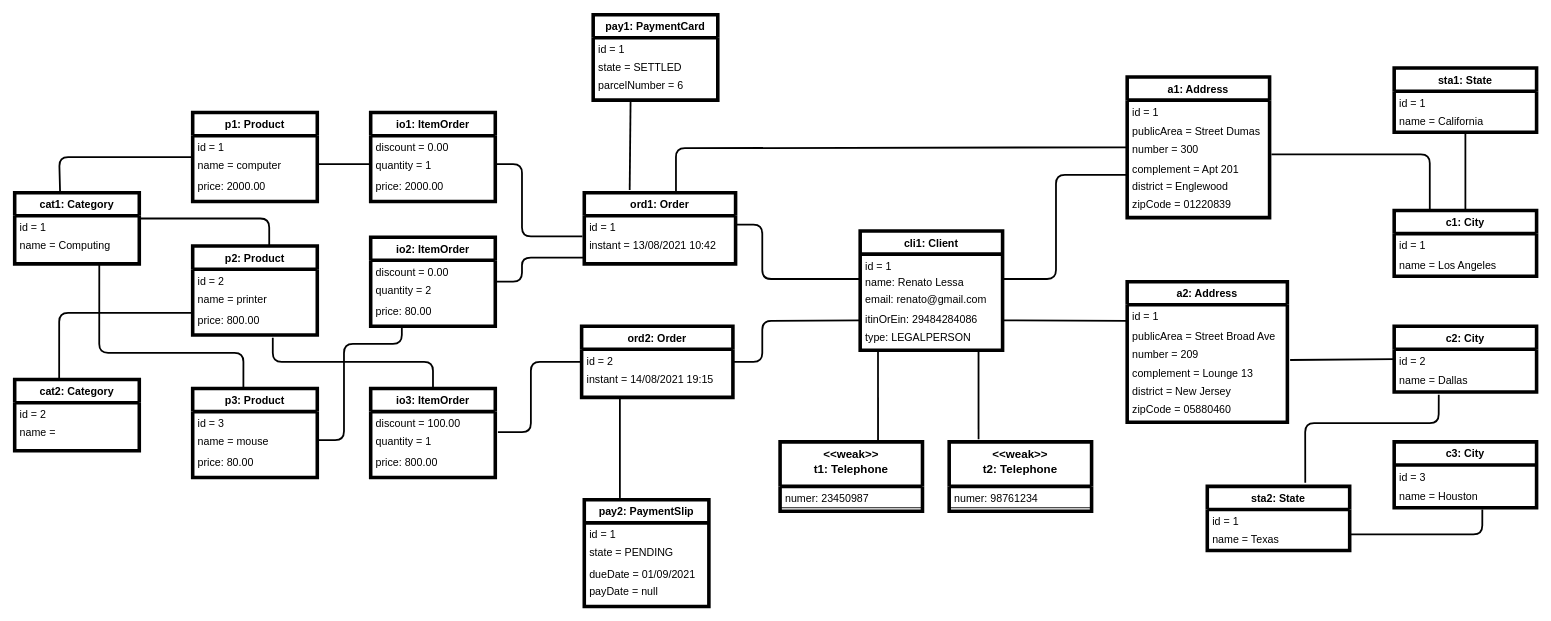
Above: model-instance-score/model-instance.drawio in Relesi/class-diagram (draw.io), before the change. Source tidied: cells renumbered, new cells numbered last; positions are measured from the earlier drawing's top-left corner, leaving out a move shared by most shapes. Both pictures are drawn from the tidied source at 89%, with x=0, y=0 at pixel (14, 14).
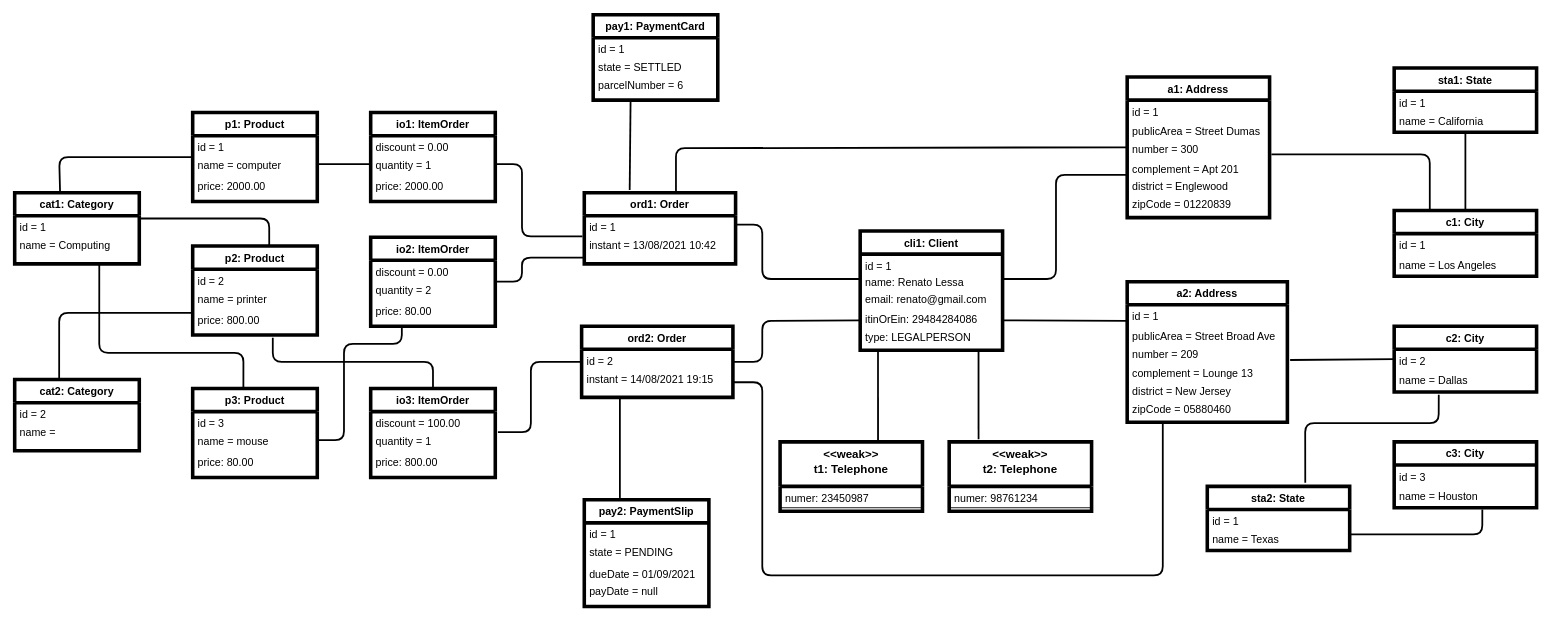
The same page after the edit.

Commit message (it also covers changes not shown here):
adjust in instance

The change refers to these unchanged cells:
```xml
<mxCell id="45" value="instant = 14/08/2021 19:15" style="text;align=left;verticalAlign=top;spacingLeft=4;spacingRight=4;overflow=hidden;points=[[0,0.5],[1,0.5]];portConstraint=eastwest;rounded=0;shadow=0;sketch=0;" parent="43" vertex="1">
  <mxGeometry y="46" width="170" height="34" as="geometry" />
</mxCell>
```

The edit, as a diff of the source:
```diff
@@
+    <mxCell id="112" style="endArrow=none;html=1;strokeWidth=2;shadow=0;sketch=0;exitX=1;exitY=0.5;exitDx=0;exitDy=0;" parent="1" edge="1" source="45">
+      <mxGeometry relative="1" as="geometry">
+        <mxPoint x="1290" y="460" as="targetPoint" />
+        <Array as="points">
+          <mxPoint x="840" y="413" />
+          <mxPoint x="840" y="630" />
+          <mxPoint x="1290" y="630" />
+        </Array>
+      </mxGeometry>
+    </mxCell>
```
